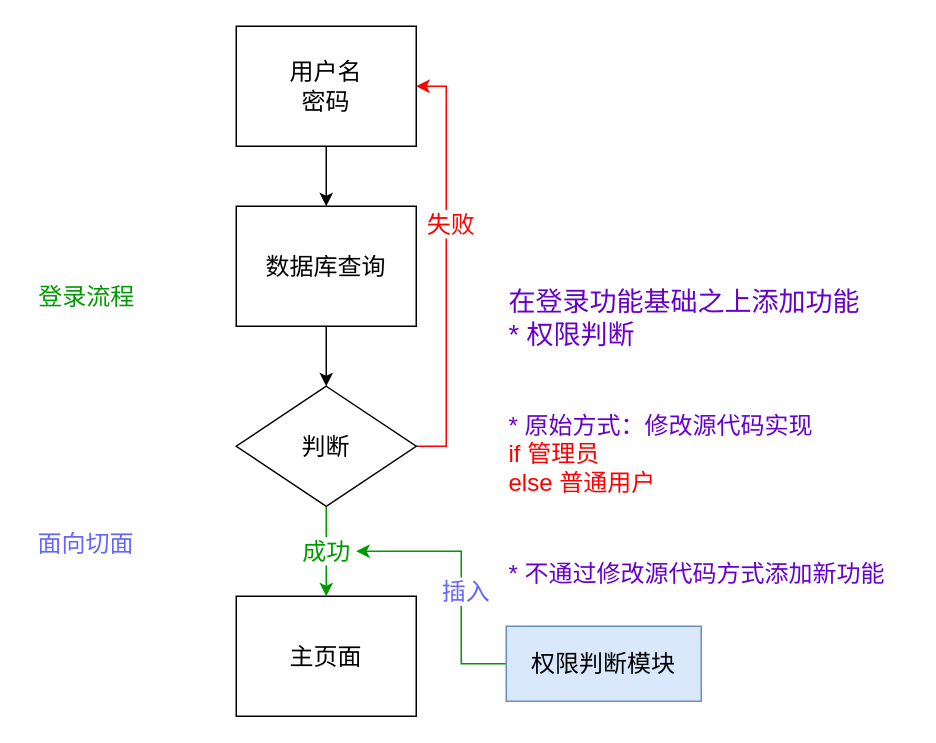
This is map/AOPLoginShow.drawio from msqtt/Sources, a draw.io file, before an edit. Source tidied: cells renumbered, new cells numbered last; positions are measured from the earlier drawing's top-left corner, leaving out a move shared by most shapes. Both pictures are drawn from the tidied source at 150%, with x=0, y=0 at pixel (26, 26).
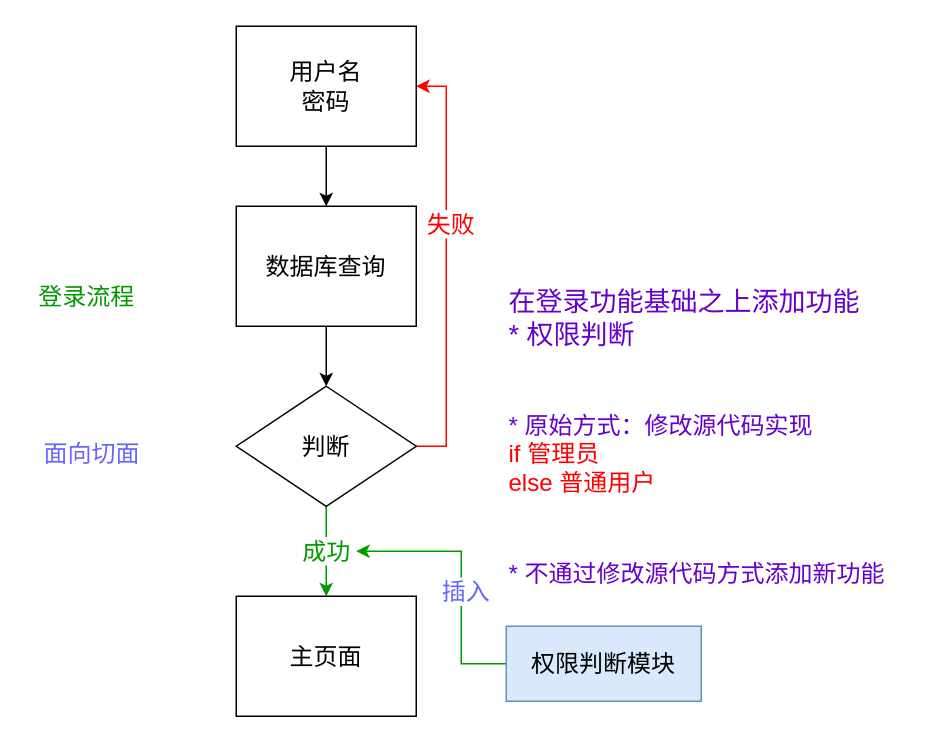
After the change.

What changed in the source:
```diff
@@
-    <mxCell id="18" value="面向切面" style="text;html=1;strokeColor=none;fillColor=none;align=center;verticalAlign=middle;whiteSpace=wrap;rounded=0;fontSize=16;fontColor=#6666FF;" parent="1" vertex="1">
-      <mxGeometry y="330" width="80" height="30" as="geometry" />
+    <mxCell id="18" value="面向切面" style="text;html=1;strokeColor=none;fillColor=none;align=left;verticalAlign=middle;whiteSpace=wrap;rounded=0;fontSize=16;fontColor=#6666FF;" parent="1" vertex="1">
+      <mxGeometry x="10" y="270" width="80" height="30" as="geometry" />
     </mxCell>
```
